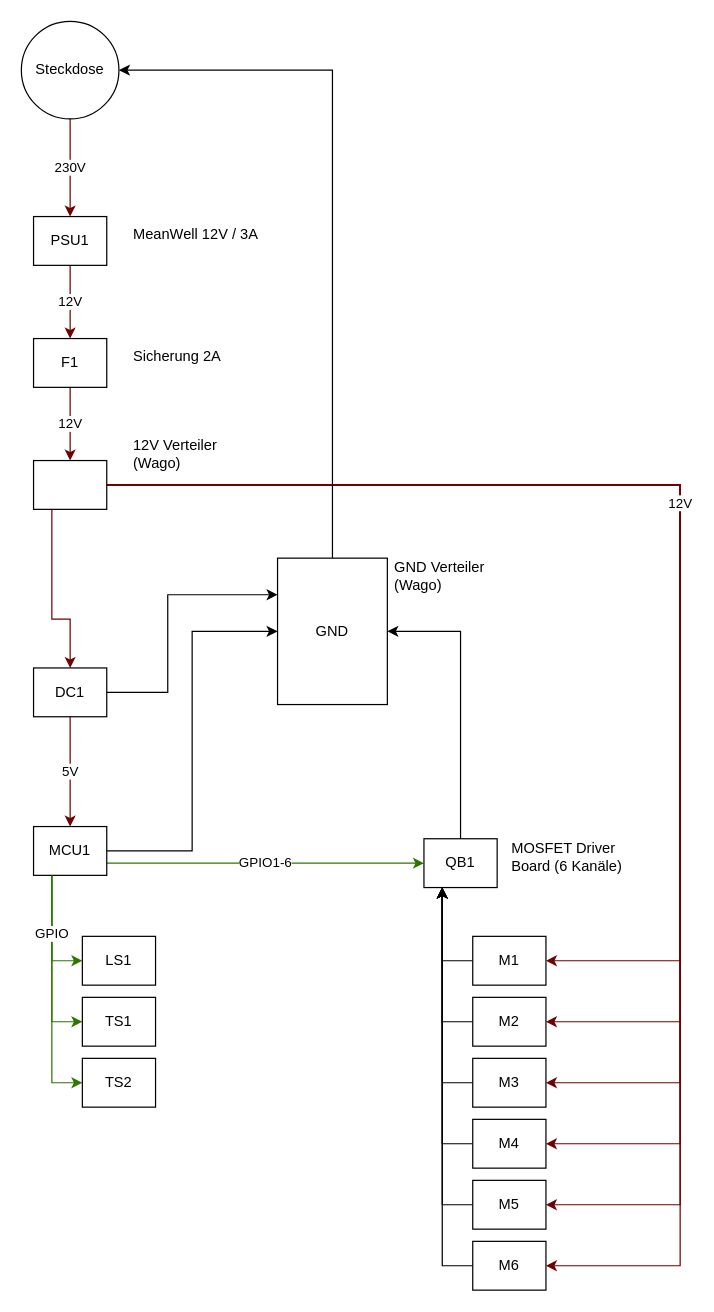
The draw.io diagram 02_Elektrik.drawio in ChrisTinkers/SmartSprout, before the edit. Source tidied: cells renumbered, new cells numbered last; positions are measured from the earlier drawing's top-left corner, leaving out a move shared by most shapes. Both pictures are drawn from the tidied source at 122%, with x=0, y=0 at pixel (21, 21).
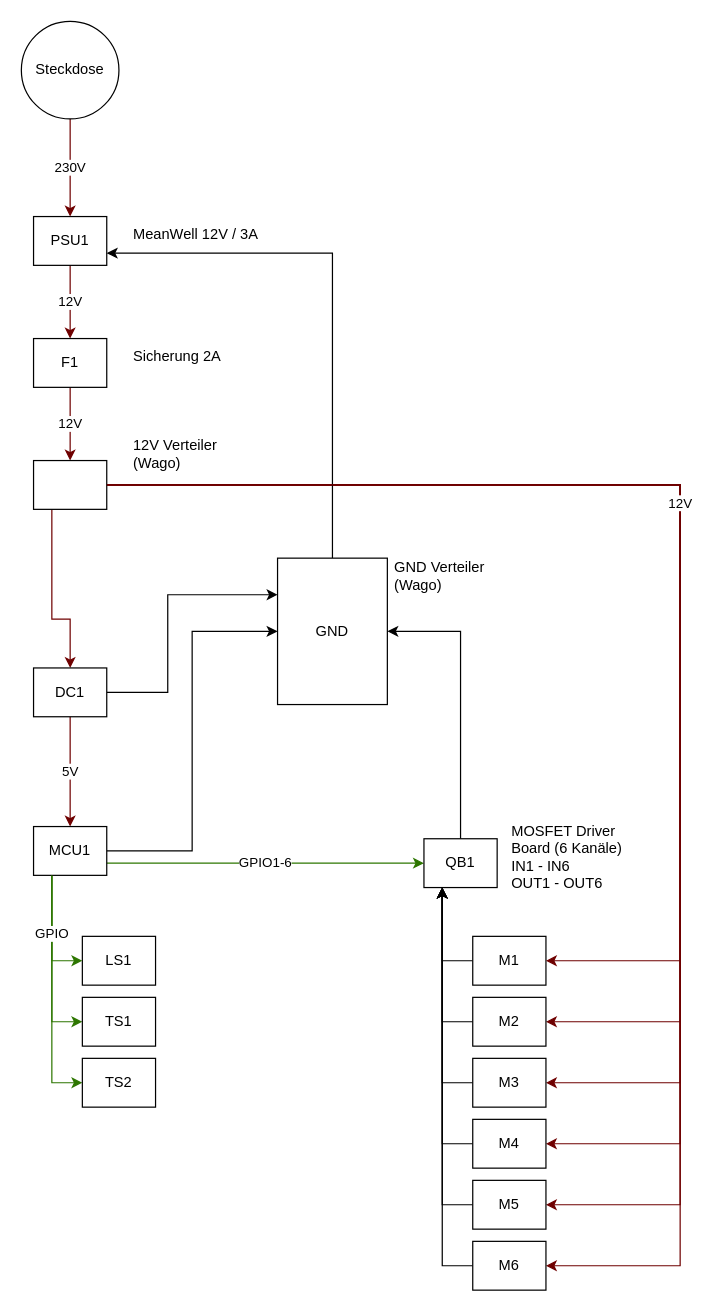
After the change.

Unchanged cells that the change refers to:
```xml
<mxCell id="3" value="PSU1" style="rounded=0;whiteSpace=wrap;html=1;" parent="1" vertex="1">
  <mxGeometry x="10" y="160" width="60" height="40" as="geometry" />
</mxCell>
<mxCell id="30" value="GND" style="rounded=0;whiteSpace=wrap;html=1;" parent="1" vertex="1">
  <mxGeometry x="210" y="440" width="90" height="120" as="geometry" />
</mxCell>
<mxCell id="47" value="Steckdose" style="ellipse;whiteSpace=wrap;html=1;shapeInside=1;" parent="1" vertex="1">
  <mxGeometry width="80" height="80" as="geometry" />
</mxCell>
```

What changed in the source:
```diff
@@
-    <mxCell id="29" style="edgeStyle=orthogonalEdgeStyle;rounded=0;jettySize=auto;html=1;exitX=0.5;exitY=0;exitDx=0;exitDy=0;entryX=1;entryY=0.5;entryDx=0;entryDy=0;" parent="1" edge="1" source="30" target="47">
+    <mxCell id="29" style="edgeStyle=orthogonalEdgeStyle;rounded=0;jettySize=auto;html=1;exitX=0.5;exitY=0;exitDx=0;exitDy=0;entryX=1;entryY=0.75;entryDx=0;entryDy=0;" parent="1" edge="1" source="30" target="3">
       <mxGeometry relative="1" as="geometry" />
     </mxCell>
@@
-    <mxCell id="33" value="MOSFET Driver Board (6 Kanäle)" style="text;html=1;whiteSpace=wrap;strokeColor=none;fillColor=none;align=left;verticalAlign=middle;rounded=0;" parent="1" vertex="1">
+    <mxCell id="33" value="MOSFET Driver Board (6 Kanäle)&lt;div&gt;IN1 - IN6&lt;/div&gt;&lt;div&gt;OUT1 - OUT6&lt;/div&gt;" style="text;html=1;whiteSpace=wrap;strokeColor=none;fillColor=none;align=left;verticalAlign=middle;rounded=0;" parent="1" vertex="1">
       <mxGeometry x="400" y="670" width="110" height="30" as="geometry" />
     </mxCell>
```
